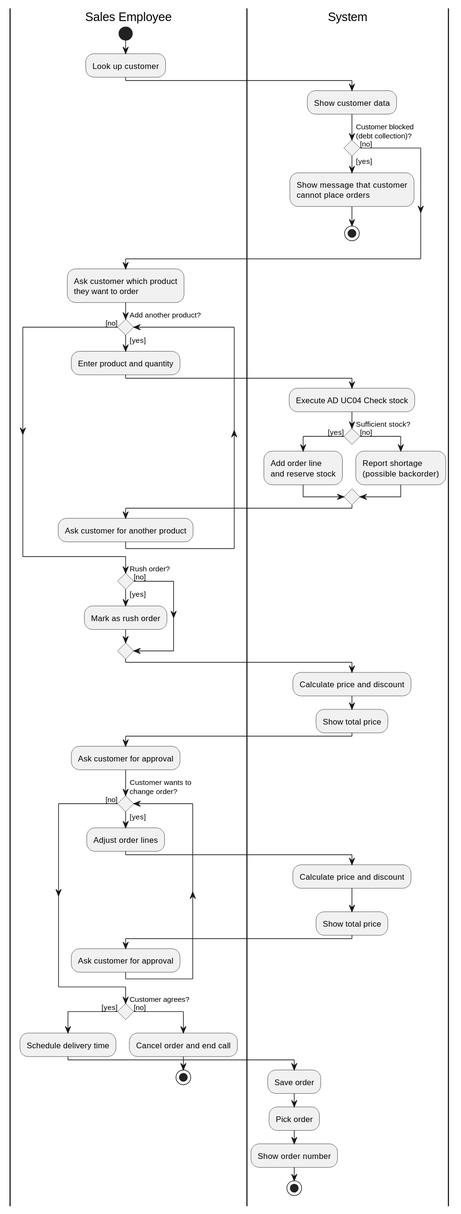
The PlantUML diagram Documentation/Architecture/uml/export/activity_diagrams/AD05_Enter_order.svg in ViktorQorri/Project-Timaflu, before a commit.
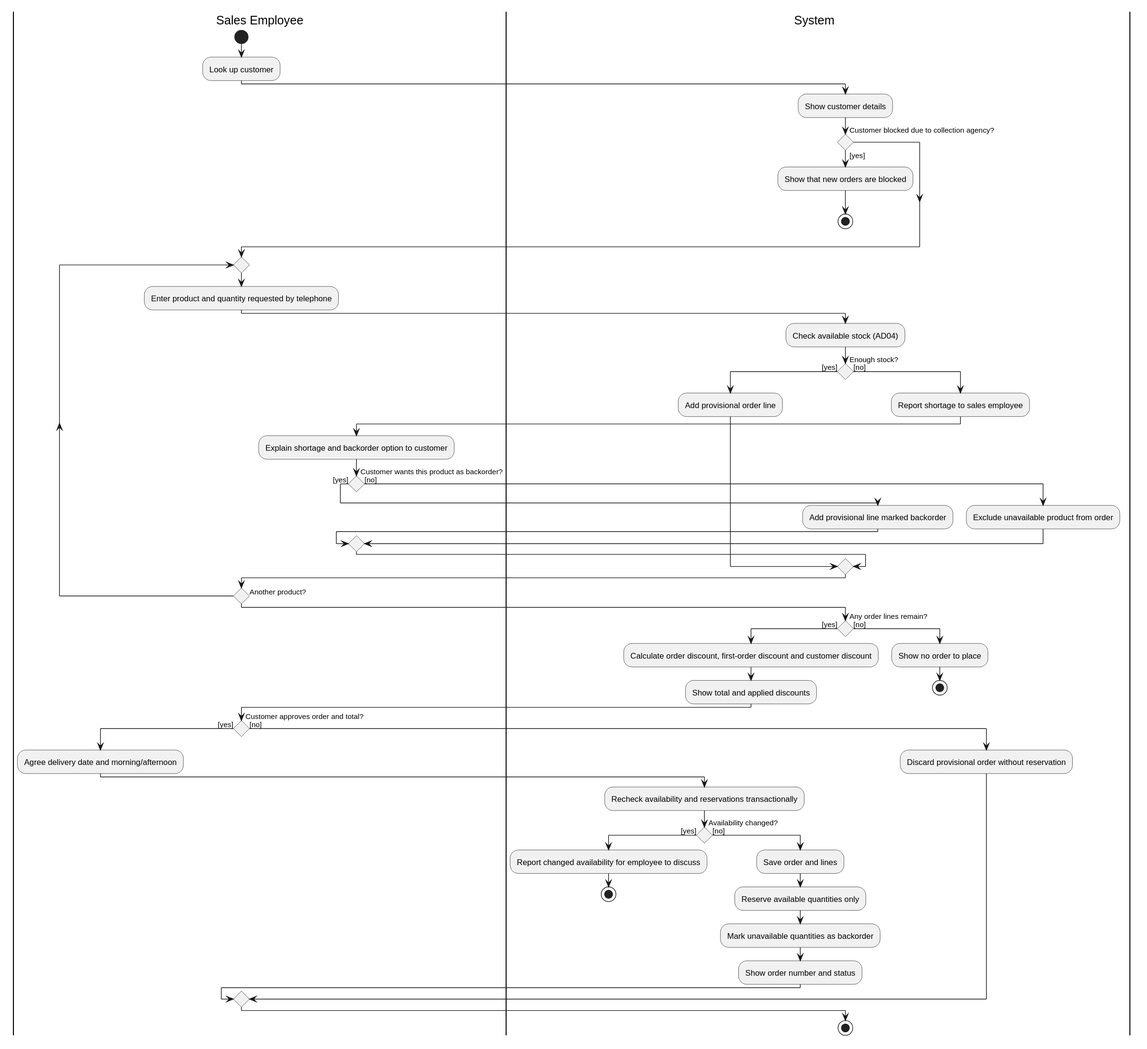
Later version of the same file.

Commit message:
Align order activity diagram with customer backorder decisions

Change to the diagram source:
```diff
@@ -2,63 +2,61 @@
 skinparam conditionStyle diamond
 skinparam ConditionEndStyle diamond
 skinparam ActivityDiamondFontSize 11
+skinparam swimlaneWidth 220
 
 |Sales Employee|
 start
 :Look up customer;
-
 |System|
-:Show customer data;
-if (Customer blocked\n(debt collection)?) then ([yes])
-  :Show message that customer\ncannot place orders;
+:Show customer details;
+if (Customer blocked due to collection agency?) then ([yes])
+  :Show that new orders are blocked;
   stop
-else ([no])
 endif
-
 |Sales Employee|
-:Ask customer which product\nthey want to order;
-while (Add another product?) is ([yes])
-  :Enter product and quantity;
+repeat
+  :Enter product and quantity requested by telephone;
   |System|
-  :Execute AD UC04 Check stock;
-  if (Sufficient stock?) then ([yes])
-    :Add order line\nand reserve stock;
+  :Check available stock (AD04);
+  if (Enough stock?) then ([yes])
+    :Add provisional order line;
   else ([no])
-    :Report shortage\n(possible backorder);
+    :Report shortage to sales employee;
+    |Sales Employee|
+    :Explain shortage and backorder option to customer;
+    if (Customer wants this product as backorder?) then ([yes])
+      |System|
+      :Add provisional line marked backorder;
+    else ([no])
+      :Exclude unavailable product from order;
+    endif
   endif
   |Sales Employee|
-  :Ask customer for another product;
-endwhile ([no])
-
-if (Rush order?) then ([yes])
-  :Mark as rush order;
+repeat while (Another product?) is ([yes])
+|System|
+if (Any order lines remain?) then ([yes])
+  :Calculate order discount, first-order discount and customer discount;
+  :Show total and applied discounts;
 else ([no])
-endif
-
-|System|
-:Calculate price and discount;
-:Show total price;
-|Sales Employee|
-:Ask customer for approval;
-while (Customer wants to\nchange order?) is ([yes])
-  :Adjust order lines;
-  |System|
-  :Calculate price and discount;
-  :Show total price;
-  |Sales Employee|
-  :Ask customer for approval;
-endwhile ([no])
-
-if (Customer agrees?) then ([yes])
-  :Schedule delivery time;
-  |System|
-  :Save order;
-  :Pick order;
-  :Show order number;
-  stop
-else ([no])
-  |Sales Employee|
-  :Cancel order and end call;
+  :Show no order to place;
   stop
 endif
+|Sales Employee|
+if (Customer approves order and total?) then ([yes])
+  :Agree delivery date and morning/afternoon;
+  |System|
+  :Recheck availability and reservations transactionally;
+  if (Availability changed?) then ([yes])
+    :Report changed availability for employee to discuss;
+    stop
+  else ([no])
+    :Save order and lines;
+    :Reserve available quantities only;
+    :Mark unavailable quantities as backorder;
+    :Show order number and status;
+  endif
+else ([no])
+  :Discard provisional order without reservation;
+endif
+stop
 @enduml
```
